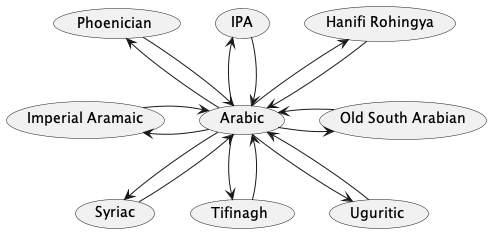
amerharb/abjad-convert keeps this PlantUML diagram as packages/abjad-convert/doc/converters.png. Above is the earlier version.
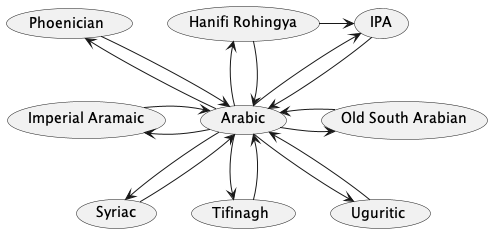
After the commit.

Change to the diagram source:
```diff
@@ -4,6 +4,7 @@
 (Arabic) <-up- (Hanifi Rohingya)
 (Arabic) -up-> (IPA)
 (Arabic) <-up- (IPA)
+(IPA) <-left- (Hanifi Rohingya)
 (Arabic) -up-> (Phoenician)
 (Arabic) <-up- (Phoenician)
 (Arabic) -> (Old South Arabian)
```
